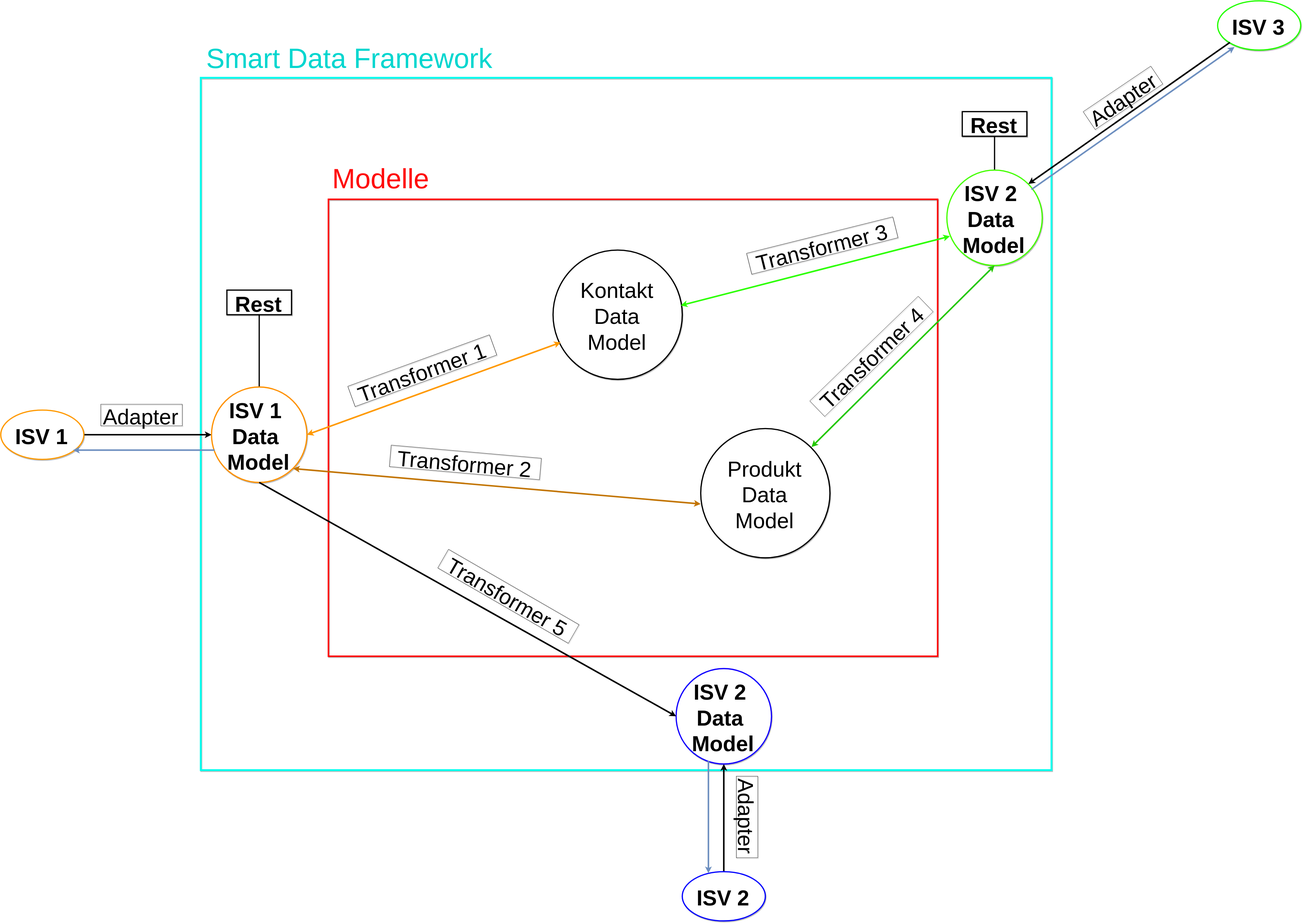
This is Protocols/Assets/SmartDataFramework.svg from openintegrationhub/Data-and-Domain-Models, a draw.io export, as it was before one commit. Source tidied: cells renumbered, new cells last; positions are measured from the earlier drawing's top-left corner, leaving out a move shared by most shapes. Source of this version:
```xml
<mxGraphModel background="#ffffff">
  <root>
    <mxCell id="0" />
    <mxCell id="1" parent="0" />
    <mxCell id="2" style="rounded=0;whiteSpace=wrap;html=1;shadow=1;strokeColor=#00FFEE;strokeWidth=6;fillColor=none;gradientColor=none;fontSize=90;fontColor=#00F7FF;" parent="1" vertex="1">
      <mxGeometry x="650" y="250" width="2765" height="2250" as="geometry" />
    </mxCell>
    <mxCell id="3" style="rounded=0;whiteSpace=wrap;html=1;shadow=1;strokeColor=#FF0000;strokeWidth=5;fillColor=none;gradientColor=none;fontSize=70;" parent="1" vertex="1">
      <mxGeometry x="1065" y="645" width="1980" height="1485" as="geometry" />
    </mxCell>
    <mxCell id="4" style="edgeStyle=orthogonalEdgeStyle;rounded=0;entryX=0;entryY=0.5;startArrow=none;startFill=0;endArrow=classic;endFill=1;jettySize=auto;strokeWidth=5;fontSize=70;" parent="1" edge="1" source="5" target="10">
      <mxGeometry relative="1" as="geometry" />
    </mxCell>
    <mxCell id="5" value="ISV 1" style="ellipse;shadow=1;strokeColor=#FF9900;strokeWidth=4;fillColor=#ffffff;fontSize=70;fontStyle=1;" parent="1" vertex="1">
      <mxGeometry y="1330" width="270" height="160" as="geometry" />
    </mxCell>
    <mxCell id="6" style="edgeStyle=orthogonalEdgeStyle;rounded=0;html=0;entryX=0.5;entryY=1;startArrow=none;startFill=0;endArrow=classic;endFill=1;jettySize=auto;strokeWidth=5;fontSize=70;" parent="1" edge="1" source="7" target="11">
      <mxGeometry relative="1" as="geometry" />
    </mxCell>
    <mxCell id="7" value="ISV 2" style="ellipse;shadow=1;strokeColor=#0303FF;strokeWidth=4;fillColor=#ffffff;fontSize=70;fontStyle=1;" parent="1" vertex="1">
      <mxGeometry x="2215" y="2830" width="270" height="160" as="geometry" />
    </mxCell>
    <mxCell id="8" value="ISV 3" style="ellipse;shadow=1;strokeColor=#22FF00;strokeWidth=4;fillColor=#ffffff;fontSize=70;fontStyle=1;" parent="1" vertex="1">
      <mxGeometry x="3955" width="270" height="160" as="geometry" />
    </mxCell>
    <mxCell id="9" style="edgeStyle=orthogonalEdgeStyle;rounded=0;html=1;entryX=0.5;entryY=1;startArrow=none;startFill=0;endArrow=none;endFill=0;jettySize=auto;strokeWidth=4;fontSize=70;" parent="1" edge="1" source="10" target="14">
      <mxGeometry relative="1" as="geometry" />
    </mxCell>
    <mxCell id="10" value="ISV 1 &#10;Data &#10;Model" style="ellipse;shadow=1;strokeColor=#FF9100;strokeWidth=4;fillColor=#ffffff;fontSize=70;fontStyle=1;" parent="1" vertex="1">
      <mxGeometry x="685" y="1255" width="310" height="310" as="geometry" />
    </mxCell>
    <mxCell id="11" value="ISV 2 &#10;Data &#10;Model" style="ellipse;shadow=1;strokeColor=#1100FF;strokeWidth=4;fillColor=#ffffff;fontSize=70;fontStyle=1;" parent="1" vertex="1">
      <mxGeometry x="2195" y="2170" width="310" height="310" as="geometry" />
    </mxCell>
    <mxCell id="12" style="edgeStyle=orthogonalEdgeStyle;rounded=0;html=1;entryX=0.5;entryY=1;startArrow=none;startFill=0;endArrow=none;endFill=0;jettySize=auto;strokeWidth=4;fontSize=70;" parent="1" edge="1" source="13" target="15">
      <mxGeometry relative="1" as="geometry" />
    </mxCell>
    <mxCell id="13" value="ISV 2 &#10;Data &#10;Model" style="ellipse;shadow=1;strokeColor=#44FF00;strokeWidth=4;fillColor=#ffffff;fontSize=70;fontStyle=1;" parent="1" vertex="1">
      <mxGeometry x="3075" y="550" width="310" height="310" as="geometry" />
    </mxCell>
    <mxCell id="14" value="Rest" style="rounded=0;shadow=1;strokeColor=#000000;strokeWidth=4;fillColor=#ffffff;fontSize=70;fontStyle=1;" parent="1" vertex="1">
      <mxGeometry x="735" y="940" width="210" height="80" as="geometry" />
    </mxCell>
    <mxCell id="15" value="Rest" style="rounded=0;shadow=1;strokeColor=#000000;strokeWidth=4;fillColor=#ffffff;fontSize=70;fontStyle=1;" parent="1" vertex="1">
      <mxGeometry x="3125" y="360" width="210" height="80" as="geometry" />
    </mxCell>
    <mxCell id="16" style="endArrow=classic;html=1;strokeWidth=5;fontSize=70;exitX=0;exitY=1;entryX=1;entryY=0;" parent="1" edge="1" source="8" target="13">
      <mxGeometry relative="1" as="geometry" />
    </mxCell>
    <mxCell id="17" style="endArrow=classic;html=1;strokeWidth=5;fontSize=70;fillColor=#dae8fc;strokeColor=#6c8ebf;" parent="1" edge="1">
      <mxGeometry relative="1" as="geometry">
        <mxPoint x="695" y="1460" as="sourcePoint" />
        <mxPoint x="235" y="1460" as="targetPoint" />
      </mxGeometry>
    </mxCell>
    <mxCell id="18" style="endArrow=classic;html=1;strokeWidth=5;fontSize=70;entryX=0.315;entryY=0.031;fillColor=#dae8fc;strokeColor=#6c8ebf;entryPerimeter=0;exitX=0.339;exitY=0.968;exitPerimeter=0;" parent="1" edge="1" source="11" target="7">
      <mxGeometry relative="1" as="geometry" />
    </mxCell>
    <mxCell id="19" style="endArrow=none;html=1;strokeWidth=5;fontSize=70;exitX=0.207;exitY=0.944;entryX=1;entryY=0;endFill=0;startArrow=classic;startFill=1;fillColor=#dae8fc;strokeColor=#6c8ebf;exitPerimeter=0;" parent="1" edge="1" source="8">
      <mxGeometry relative="1" as="geometry">
        <mxPoint x="3350" y="613" as="targetPoint" />
      </mxGeometry>
    </mxCell>
    <mxCell id="20" value="Produkt&#10;Data&#10;Model" style="ellipse;shadow=1;strokeColor=#000000;strokeWidth=4;fillColor=#ffffff;fontSize=70;" parent="1" vertex="1">
      <mxGeometry x="2275" y="1390" width="420" height="420" as="geometry" />
    </mxCell>
    <mxCell id="21" value="Kontakt&#10;Data&#10;Model" style="ellipse;shadow=1;strokeColor=#000000;strokeWidth=4;fillColor=#ffffff;fontSize=70;" parent="1" vertex="1">
      <mxGeometry x="1795" y="810" width="420" height="420" as="geometry" />
    </mxCell>
    <mxCell id="22" style="endArrow=classic;startArrow=classic;html=1;strokeWidth=5;fontSize=70;entryX=0.057;entryY=0.719;entryPerimeter=0;exitX=1;exitY=0.5;strokeColor=#FF9900;" parent="1" edge="1" source="10" target="21">
      <mxGeometry relative="1" as="geometry" />
    </mxCell>
    <mxCell id="23" style="endArrow=classic;startArrow=classic;html=1;strokeWidth=5;fontSize=70;exitX=0.026;exitY=0.69;strokeColor=#2BFF00;exitPerimeter=0;entryX=0.99;entryY=0.424;entryPerimeter=0;" parent="1" edge="1" source="13" target="21">
      <mxGeometry relative="1" as="geometry" />
    </mxCell>
    <mxCell id="24" style="endArrow=classic;startArrow=classic;html=1;strokeWidth=5;fontSize=70;exitX=0.5;exitY=1;strokeColor=#22C700;entryX=1;entryY=0;" parent="1" edge="1" source="13" target="20">
      <mxGeometry relative="1" as="geometry" />
    </mxCell>
    <mxCell id="25" style="endArrow=classic;startArrow=classic;html=1;strokeWidth=5;fontSize=70;entryX=0;entryY=0.586;entryPerimeter=0;exitX=1;exitY=1;strokeColor=#C27400;" parent="1" edge="1" source="10" target="20">
      <mxGeometry relative="1" as="geometry" />
    </mxCell>
    <mxCell id="26" style="endArrow=none;startArrow=classic;html=1;strokeWidth=5;fontSize=70;exitX=0;exitY=0.5;strokeColor=#000000;entryX=0.5;entryY=1;startFill=1;fillColor=#ffffff;endFill=0;jumpStyle=none;" parent="1" edge="1" source="11" target="10">
      <mxGeometry relative="1" as="geometry" />
    </mxCell>
    <mxCell id="27" value="Transformer 1" style="text;strokeColor=#000000;fillColor=none;align=center;verticalAlign=middle;rounded=0;shadow=1;fontSize=70;rotation=-20;" parent="1" vertex="1">
      <mxGeometry x="1125" y="1167" width="490" height="70" as="geometry" />
    </mxCell>
    <mxCell id="28" value="Transformer 5" style="text;strokeColor=#000000;fillColor=none;align=center;verticalAlign=middle;rounded=0;shadow=1;fontSize=70;rotation=30;" parent="1" vertex="1">
      <mxGeometry x="1405" y="1900" width="490" height="70" as="geometry" />
    </mxCell>
    <mxCell id="29" value="Transformer 3" style="text;strokeColor=#000000;fillColor=none;align=center;verticalAlign=middle;rounded=0;shadow=1;fontSize=70;rotation=-14;" parent="1" vertex="1">
      <mxGeometry x="2425" y="760.3" width="490" height="70" as="geometry" />
    </mxCell>
    <mxCell id="30" value="Transformer 4" style="text;strokeColor=#000000;fillColor=none;align=center;verticalAlign=middle;rounded=0;shadow=1;fontSize=70;rotation=-44;" parent="1" vertex="1">
      <mxGeometry x="2585" y="1120.3" width="490" height="70" as="geometry" />
    </mxCell>
    <mxCell id="31" value="Transformer 2" style="text;strokeColor=#000000;fillColor=none;align=center;verticalAlign=middle;rounded=0;shadow=1;fontSize=70;rotation=5;" parent="1" vertex="1">
      <mxGeometry x="1265" y="1465" width="490" height="70" as="geometry" />
    </mxCell>
    <mxCell id="32" value="Adapter" style="text;strokeColor=#000000;fillColor=none;align=center;verticalAlign=middle;rounded=0;shadow=1;fontSize=70;rotation=0;" parent="1" vertex="1">
      <mxGeometry x="325" y="1311" width="265" height="70" as="geometry" />
    </mxCell>
    <mxCell id="33" value="Adapter" style="text;strokeColor=#000000;fillColor=none;align=center;verticalAlign=middle;rounded=0;shadow=1;fontSize=70;rotation=90;" parent="1" vertex="1">
      <mxGeometry x="2293" y="2617.1" width="265" height="70" as="geometry" />
    </mxCell>
    <mxCell id="34" value="Adapter" style="text;strokeColor=#000000;fillColor=none;align=center;verticalAlign=middle;rounded=0;shadow=1;fontSize=70;rotation=-34;" parent="1" vertex="1">
      <mxGeometry x="3515" y="280.3" width="265" height="70" as="geometry" />
    </mxCell>
    <mxCell id="35" value="Modelle" style="text;strokeColor=none;fillColor=none;align=center;verticalAlign=middle;rounded=0;shadow=1;fontSize=90;fontColor=#FF0A0A;" parent="1" vertex="1">
      <mxGeometry x="1150" y="556" width="170" height="20" as="geometry" />
    </mxCell>
    <mxCell id="36" value="Smart Data Framework" style="text;strokeColor=none;fillColor=none;align=center;verticalAlign=middle;rounded=0;shadow=1;fontSize=90;fontColor=#00D6CF;" parent="1" vertex="1">
      <mxGeometry x="1048" y="166" width="170" height="20" as="geometry" />
    </mxCell>
  </root>
</mxGraphModel>
```
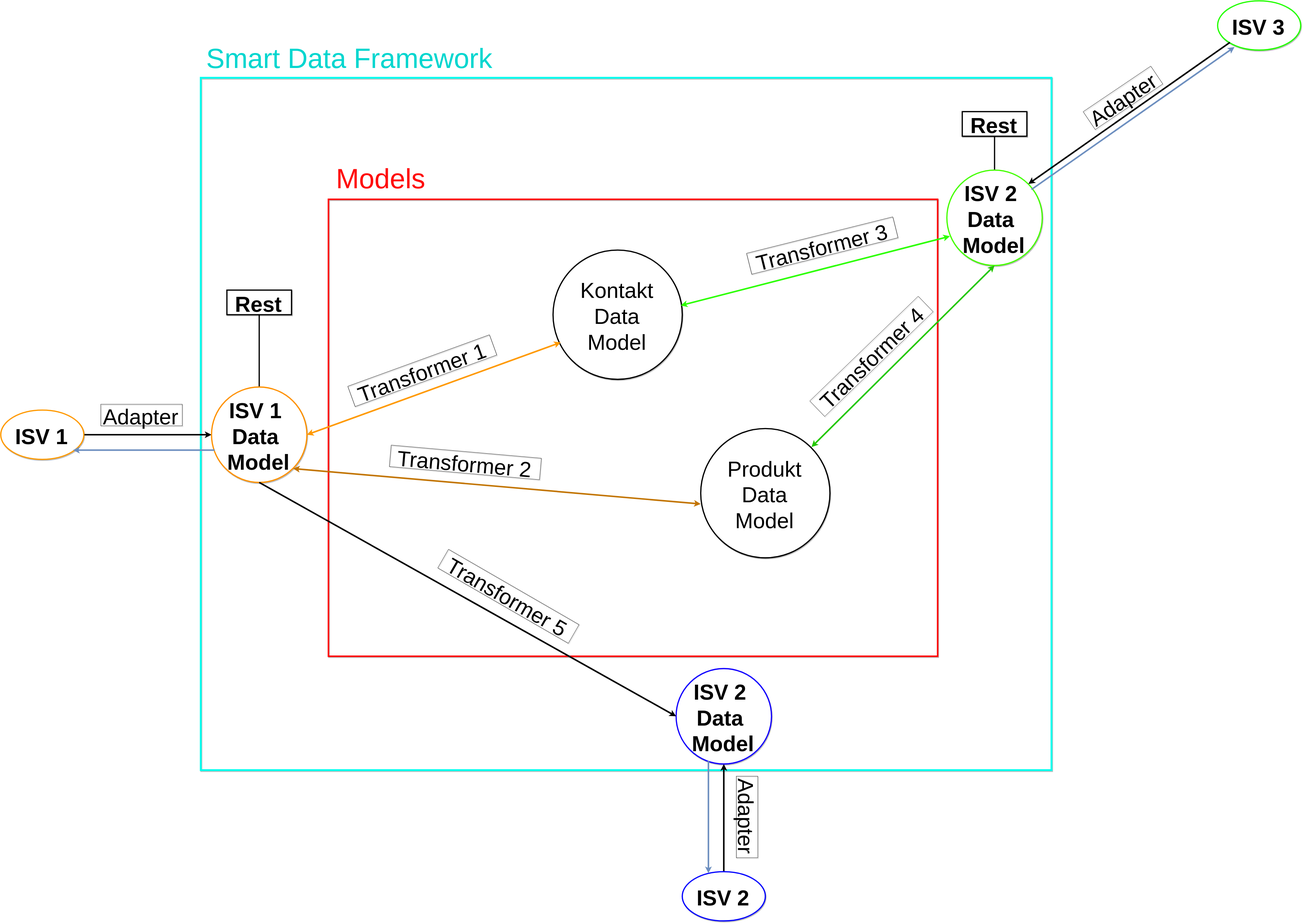
The same file after the commit.

Diff of the diagram source:
```diff
@@ -106,7 +106,7 @@
     <mxCell id="34" value="Adapter" style="text;strokeColor=#000000;fillColor=none;align=center;verticalAlign=middle;rounded=0;shadow=1;fontSize=70;rotation=-34;" parent="1" vertex="1">
       <mxGeometry x="3515" y="280.3" width="265" height="70" as="geometry" />
     </mxCell>
-    <mxCell id="35" value="Modelle" style="text;strokeColor=none;fillColor=none;align=center;verticalAlign=middle;rounded=0;shadow=1;fontSize=90;fontColor=#FF0A0A;" parent="1" vertex="1">
+    <mxCell id="35" value="Models" style="text;strokeColor=none;fillColor=none;align=center;verticalAlign=middle;rounded=0;shadow=1;fontSize=90;fontColor=#FF0A0A;" parent="1" vertex="1">
       <mxGeometry x="1150" y="556" width="170" height="20" as="geometry" />
     </mxCell>
     <mxCell id="36" value="Smart Data Framework" style="text;strokeColor=none;fillColor=none;align=center;verticalAlign=middle;rounded=0;shadow=1;fontSize=90;fontColor=#00D6CF;" parent="1" vertex="1">
```
